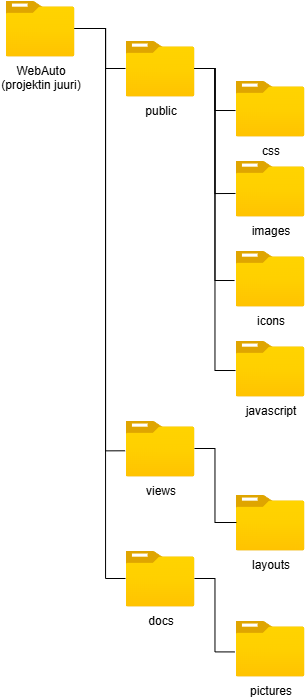
Earlier version of the draw.io export docs/pictures/Kansiorakenne.png (Raision-seudun-koulutuskuntayhtyma/WebAuto). Source tidied: cells renumbered, new cells last; positions are measured from the earlier drawing's top-left corner, leaving out a move shared by most shapes.
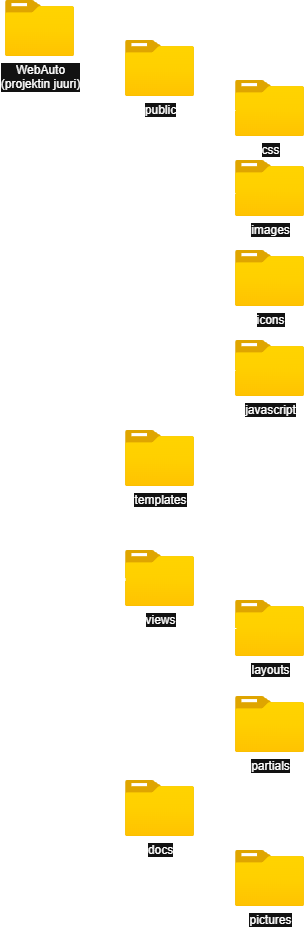
The same diagram one commit later.

The edit, as a diff of the source:
```diff
@@ -2,11 +2,11 @@
   <root>
     <mxCell id="0" />
     <mxCell id="1" parent="0" />
-    <mxCell id="2" style="edgeStyle=orthogonalEdgeStyle;rounded=0;jettySize=auto;html=1;endArrow=none;endFill=0;" parent="1" edge="1" source="4" target="9">
+    <mxCell id="2" style="edgeStyle=orthogonalEdgeStyle;rounded=0;jettySize=auto;html=1;endArrow=none;endFill=0;" parent="1" edge="1" source="4" target="10">
       <mxGeometry relative="1" as="geometry">
         <Array as="points">
           <mxPoint x="100" y="28" />
-          <mxPoint x="100" y="578" />
+          <mxPoint x="100" y="808" />
         </Array>
       </mxGeometry>
     </mxCell>
@@ -24,55 +24,74 @@
     <mxCell id="5" value="public" style="image;html=1;points=[];align=center;fontSize=12;image=img/lib/azure2/general/Folder_Blank.svg;" parent="1" vertex="1">
       <mxGeometry x="120" y="40" width="69" height="56" as="geometry" />
     </mxCell>
-    <mxCell id="6" value="views" style="image;html=1;points=[];align=center;fontSize=12;image=img/lib/azure2/general/Folder_Blank.svg;" parent="1" vertex="1">
-      <mxGeometry x="120" y="420" width="69" height="56" as="geometry" />
+    <mxCell id="6" style="edgeStyle=orthogonalEdgeStyle;rounded=0;jettySize=auto;html=1;" parent="1" edge="1" source="7" target="22">
+      <mxGeometry relative="1" as="geometry">
+        <Array as="points">
+          <mxPoint x="155" y="730" />
+        </Array>
+      </mxGeometry>
     </mxCell>
-    <mxCell id="7" value="css" style="image;html=1;points=[];align=center;fontSize=12;image=img/lib/azure2/general/Folder_Blank.svg;" parent="1" vertex="1">
-      <mxGeometry x="230" y="80" width="69" height="56" as="geometry" />
+    <mxCell id="7" value="views" style="image;html=1;points=[];align=center;fontSize=12;image=img/lib/azure2/general/Folder_Blank.svg;" parent="1" vertex="1">
+      <mxGeometry x="120" y="550" width="69" height="56" as="geometry" />
     </mxCell>
-    <mxCell id="8" value="layouts" style="image;html=1;points=[];align=center;fontSize=12;image=img/lib/azure2/general/Folder_Blank.svg;" parent="1" vertex="1">
-      <mxGeometry x="230" y="494" width="69" height="56" as="geometry" />
+    <mxCell id="8" value="css" style="image;html=1;points=[];align=center;fontSize=12;image=img/lib/azure2/general/Folder_Blank.svg;" parent="1" vertex="1">
+      <mxGeometry x="230" y="80" width="69" height="56" as="geometry" />
     </mxCell>
-    <mxCell id="9" value="docs" style="image;html=1;points=[];align=center;fontSize=12;image=img/lib/azure2/general/Folder_Blank.svg;" parent="1" vertex="1">
-      <mxGeometry x="120" y="550" width="69" height="56" as="geometry" />
+    <mxCell id="9" value="layouts" style="image;html=1;points=[];align=center;fontSize=12;image=img/lib/azure2/general/Folder_Blank.svg;" parent="1" vertex="1">
+      <mxGeometry x="230" y="600" width="69" height="56" as="geometry" />
     </mxCell>
-    <mxCell id="10" value="pictures" style="image;html=1;points=[];align=center;fontSize=12;image=img/lib/azure2/general/Folder_Blank.svg;" parent="1" vertex="1">
-      <mxGeometry x="230" y="620" width="69" height="56" as="geometry" />
+    <mxCell id="10" value="docs" style="image;html=1;points=[];align=center;fontSize=12;image=img/lib/azure2/general/Folder_Blank.svg;" parent="1" vertex="1">
+      <mxGeometry x="120" y="780" width="69" height="56" as="geometry" />
     </mxCell>
-    <mxCell id="11" style="edgeStyle=orthogonalEdgeStyle;shape=connector;rounded=0;jettySize=auto;html=1;entryX=0;entryY=0.536;entryDx=0;entryDy=0;entryPerimeter=0;strokeColor=default;align=center;verticalAlign=middle;fontFamily=Helvetica;fontSize=11;fontColor=default;labelBackgroundColor=default;endArrow=none;endFill=0;" parent="1" edge="1" source="5" target="7">
-      <mxGeometry relative="1" as="geometry" />
+    <mxCell id="11" value="pictures" style="image;html=1;points=[];align=center;fontSize=12;image=img/lib/azure2/general/Folder_Blank.svg;" parent="1" vertex="1">
+      <mxGeometry x="230" y="850" width="69" height="56" as="geometry" />
     </mxCell>
-    <mxCell id="12" style="edgeStyle=orthogonalEdgeStyle;shape=connector;rounded=0;jettySize=auto;html=1;entryX=0.014;entryY=0.5;entryDx=0;entryDy=0;entryPerimeter=0;strokeColor=default;align=center;verticalAlign=middle;fontFamily=Helvetica;fontSize=11;fontColor=default;labelBackgroundColor=default;endArrow=none;endFill=0;" parent="1" edge="1" source="6" target="8">
+    <mxCell id="12" style="edgeStyle=orthogonalEdgeStyle;shape=connector;rounded=0;jettySize=auto;html=1;entryX=0;entryY=0.536;entryDx=0;entryDy=0;entryPerimeter=0;strokeColor=default;align=center;verticalAlign=middle;fontFamily=Helvetica;fontSize=11;fontColor=default;labelBackgroundColor=default;endArrow=none;endFill=0;" parent="1" edge="1" source="5" target="8">
       <mxGeometry relative="1" as="geometry" />
     </mxCell>
-    <mxCell id="13" value="images" style="image;html=1;points=[];align=center;fontSize=12;image=img/lib/azure2/general/Folder_Blank.svg;" parent="1" vertex="1">
-      <mxGeometry x="230" y="160" width="69" height="56" as="geometry" />
+    <mxCell id="13" style="edgeStyle=orthogonalEdgeStyle;shape=connector;rounded=0;jettySize=auto;html=1;entryX=0.014;entryY=0.5;entryDx=0;entryDy=0;entryPerimeter=0;strokeColor=default;align=center;verticalAlign=middle;fontFamily=Helvetica;fontSize=11;fontColor=default;labelBackgroundColor=default;endArrow=none;endFill=0;" parent="1" edge="1" source="7" target="9">
+      <mxGeometry relative="1" as="geometry" />
     </mxCell>
-    <mxCell id="14" value="icons" style="image;html=1;points=[];align=center;fontSize=12;image=img/lib/azure2/general/Folder_Blank.svg;" parent="1" vertex="1">
-      <mxGeometry x="230" y="250" width="69" height="56" as="geometry" />
+    <mxCell id="14" value="images" style="image;html=1;points=[];align=center;fontSize=12;image=img/lib/azure2/general/Folder_Blank.svg;" parent="1" vertex="1">
+      <mxGeometry x="230" y="160" width="69" height="56" as="geometry" />
     </mxCell>
-    <mxCell id="15" value="javascript" style="image;html=1;points=[];align=center;fontSize=12;image=img/lib/azure2/general/Folder_Blank.svg;" parent="1" vertex="1">
-      <mxGeometry x="230" y="340" width="69" height="56" as="geometry" />
+    <mxCell id="15" value="icons" style="image;html=1;points=[];align=center;fontSize=12;image=img/lib/azure2/general/Folder_Blank.svg;" parent="1" vertex="1">
+      <mxGeometry x="230" y="250" width="69" height="56" as="geometry" />
     </mxCell>
-    <mxCell id="16" style="edgeStyle=orthogonalEdgeStyle;shape=connector;rounded=0;jettySize=auto;html=1;entryX=0;entryY=0.589;entryDx=0;entryDy=0;entryPerimeter=0;strokeColor=default;align=center;verticalAlign=middle;fontFamily=Helvetica;fontSize=11;fontColor=default;labelBackgroundColor=default;endArrow=none;endFill=0;" parent="1" edge="1" source="5" target="13">
-      <mxGeometry relative="1" as="geometry" />
+    <mxCell id="16" value="javascript" style="image;html=1;points=[];align=center;fontSize=12;image=img/lib/azure2/general/Folder_Blank.svg;" parent="1" vertex="1">
+      <mxGeometry x="230" y="340" width="69" height="56" as="geometry" />
     </mxCell>
-    <mxCell id="17" style="edgeStyle=orthogonalEdgeStyle;shape=connector;rounded=0;jettySize=auto;html=1;entryX=-0.014;entryY=0.536;entryDx=0;entryDy=0;entryPerimeter=0;strokeColor=default;align=center;verticalAlign=middle;fontFamily=Helvetica;fontSize=11;fontColor=default;labelBackgroundColor=default;endArrow=none;endFill=0;" parent="1" edge="1" source="5" target="14">
+    <mxCell id="17" style="edgeStyle=orthogonalEdgeStyle;shape=connector;rounded=0;jettySize=auto;html=1;entryX=0;entryY=0.589;entryDx=0;entryDy=0;entryPerimeter=0;strokeColor=default;align=center;verticalAlign=middle;fontFamily=Helvetica;fontSize=11;fontColor=default;labelBackgroundColor=default;endArrow=none;endFill=0;" parent="1" edge="1" source="5" target="14">
       <mxGeometry relative="1" as="geometry" />
     </mxCell>
-    <mxCell id="18" style="edgeStyle=orthogonalEdgeStyle;shape=connector;rounded=0;jettySize=auto;html=1;entryX=0;entryY=0.536;entryDx=0;entryDy=0;entryPerimeter=0;strokeColor=default;align=center;verticalAlign=middle;fontFamily=Helvetica;fontSize=11;fontColor=default;labelBackgroundColor=default;endArrow=none;endFill=0;" parent="1" edge="1" source="5" target="15">
+    <mxCell id="18" style="edgeStyle=orthogonalEdgeStyle;shape=connector;rounded=0;jettySize=auto;html=1;entryX=-0.014;entryY=0.536;entryDx=0;entryDy=0;entryPerimeter=0;strokeColor=default;align=center;verticalAlign=middle;fontFamily=Helvetica;fontSize=11;fontColor=default;labelBackgroundColor=default;endArrow=none;endFill=0;" parent="1" edge="1" source="5" target="15">
       <mxGeometry relative="1" as="geometry" />
     </mxCell>
-    <mxCell id="19" style="edgeStyle=orthogonalEdgeStyle;shape=connector;rounded=0;jettySize=auto;html=1;entryX=-0.006;entryY=0.541;entryDx=0;entryDy=0;entryPerimeter=0;strokeColor=default;align=center;verticalAlign=middle;fontFamily=Helvetica;fontSize=11;fontColor=default;labelBackgroundColor=default;endArrow=none;endFill=0;" parent="1" edge="1" source="4" target="6">
-      <mxGeometry relative="1" as="geometry">
-        <Array as="points">
-          <mxPoint x="100" y="28" />
-          <mxPoint x="100" y="450" />
-        </Array>
-      </mxGeometry>
+    <mxCell id="19" style="edgeStyle=orthogonalEdgeStyle;shape=connector;rounded=0;jettySize=auto;html=1;entryX=0;entryY=0.536;entryDx=0;entryDy=0;entryPerimeter=0;strokeColor=default;align=center;verticalAlign=middle;fontFamily=Helvetica;fontSize=11;fontColor=default;labelBackgroundColor=default;endArrow=none;endFill=0;" parent="1" edge="1" source="5" target="16">
+      <mxGeometry relative="1" as="geometry" />
     </mxCell>
-    <mxCell id="20" style="edgeStyle=orthogonalEdgeStyle;shape=connector;rounded=0;jettySize=auto;html=1;entryX=-0.014;entryY=0.561;entryDx=0;entryDy=0;entryPerimeter=0;strokeColor=default;align=center;verticalAlign=middle;fontFamily=Helvetica;fontSize=11;fontColor=default;labelBackgroundColor=default;endArrow=none;endFill=0;" parent="1" edge="1" source="9" target="10">
-      <mxGeometry relative="1" as="geometry" />
+    <mxCell id="20" style="edgeStyle=orthogonalEdgeStyle;shape=connector;rounded=0;jettySize=auto;html=1;entryX=-0.006;entryY=0.541;entryDx=0;entryDy=0;entryPerimeter=0;strokeColor=default;align=center;verticalAlign=middle;fontFamily=Helvetica;fontSize=11;fontColor=default;labelBackgroundColor=default;endArrow=none;endFill=0;" parent="1" edge="1" source="4" target="7">
+      <mxGeometry relative="1" as="geometry">
+        <Array as="points">
+          <mxPoint x="100" y="28" />
+          <mxPoint x="100" y="578" />
+          <mxPoint x="120" y="578" />
+        </Array>
+      </mxGeometry>
     </mxCell>
+    <mxCell id="21" style="edgeStyle=orthogonalEdgeStyle;shape=connector;rounded=0;jettySize=auto;html=1;entryX=-0.014;entryY=0.561;entryDx=0;entryDy=0;entryPerimeter=0;strokeColor=default;align=center;verticalAlign=middle;fontFamily=Helvetica;fontSize=11;fontColor=default;labelBackgroundColor=default;endArrow=none;endFill=0;" parent="1" edge="1" source="10" target="11">
+      <mxGeometry relative="1" as="geometry" />
+    </mxCell>
+    <mxCell id="22" value="partials" style="image;html=1;points=[];align=center;fontSize=12;image=img/lib/azure2/general/Folder_Blank.svg;" parent="1" vertex="1">
+      <mxGeometry x="230" y="696" width="69" height="56" as="geometry" />
+    </mxCell>
+    <mxCell id="23" style="edgeStyle=orthogonalEdgeStyle;rounded=0;jettySize=auto;html=1;endArrow=none;endFill=0;" parent="1" edge="1" source="24">
+      <mxGeometry relative="1" as="geometry">
+        <mxPoint x="100" y="678" as="targetPoint" />
+      </mxGeometry>
+    </mxCell>
+    <mxCell id="24" value="templates" style="image;html=1;points=[];align=center;fontSize=12;image=img/lib/azure2/general/Folder_Blank.svg;" parent="1" vertex="1">
+      <mxGeometry x="120" y="430" width="69" height="56" as="geometry" />
+    </mxCell>
   </root>
 </mxGraphModel>
```
